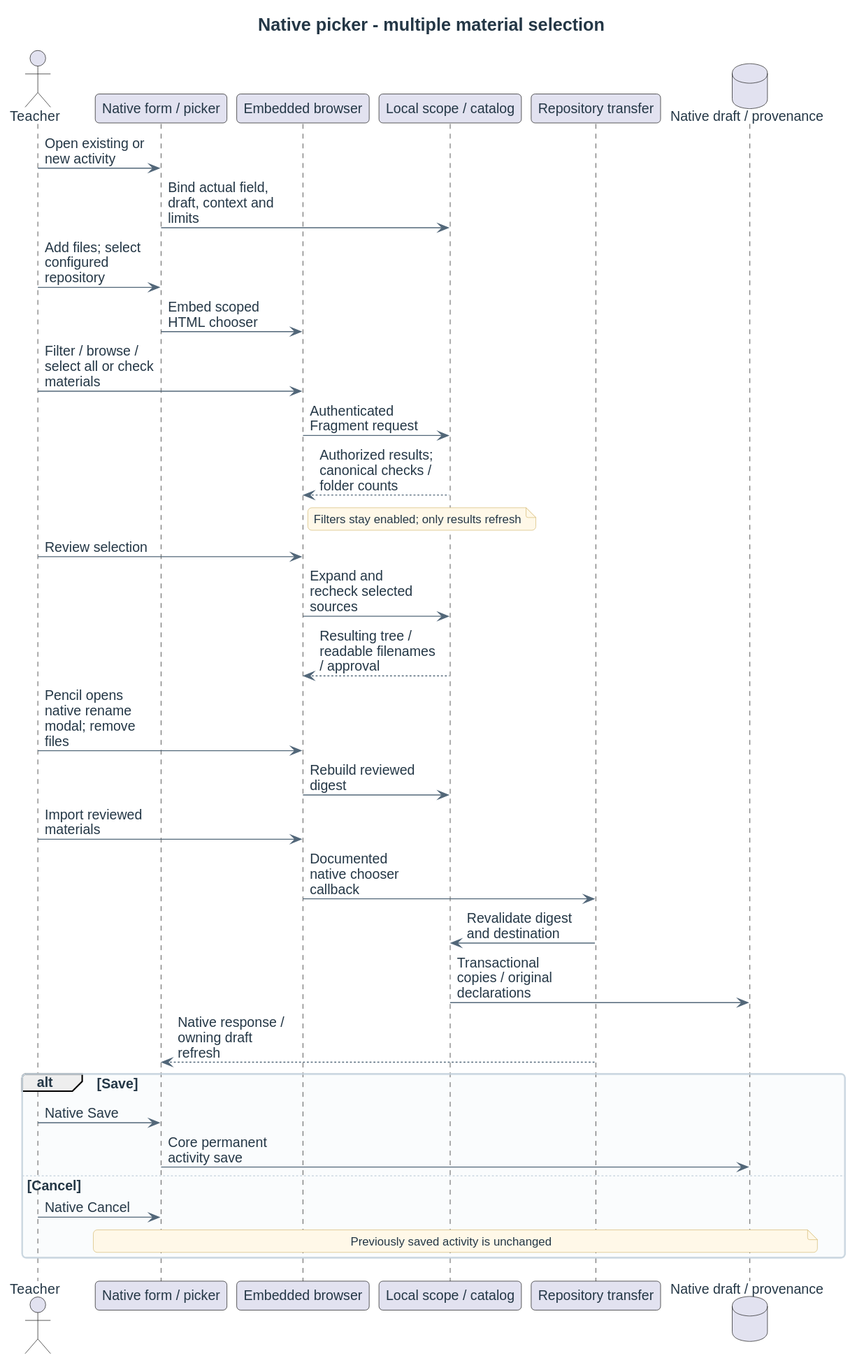
Earlier version of the PlantUML export docs/diagrams/design/sequences/folder-selection.svg (didactika/moodle-local_coursefiles).
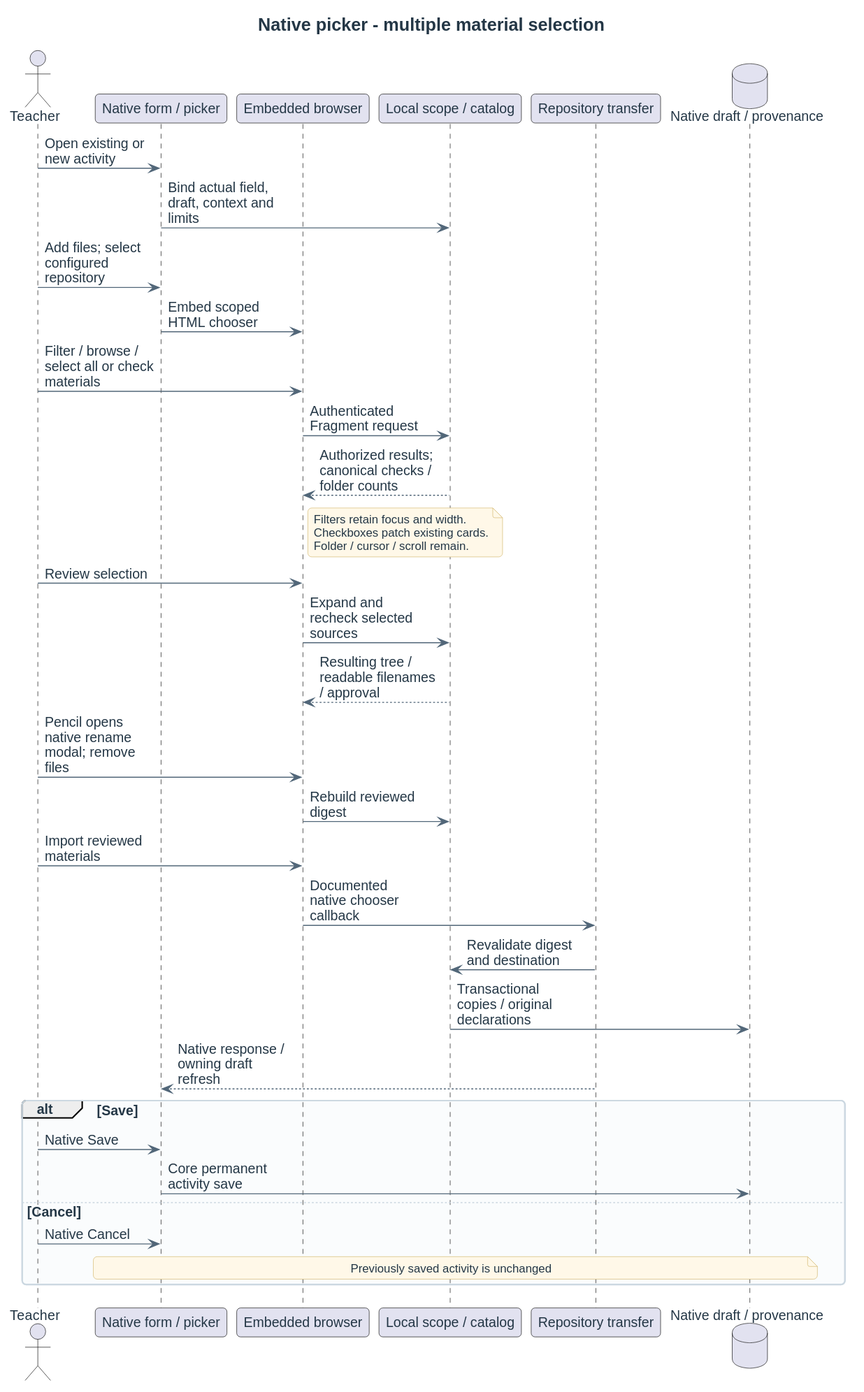
Above is the later version.

What changed in the source:
```diff
@@ -15,7 +15,7 @@
 Teacher -> Browser : Filter / browse / select all or check materials
 Browser -> Scope : Authenticated Fragment request
 Scope --> Browser : Authorized results; canonical checks / folder counts
-note right of Browser : Filters stay enabled; only results refresh
+note right of Browser : Filters retain focus and width.\nCheckboxes patch existing cards.\nFolder / cursor / scroll remain.
 Teacher -> Browser : Review selection
 Browser -> Scope : Expand and recheck selected sources
 Scope --> Browser : Resulting tree / readable filenames / approval
```
